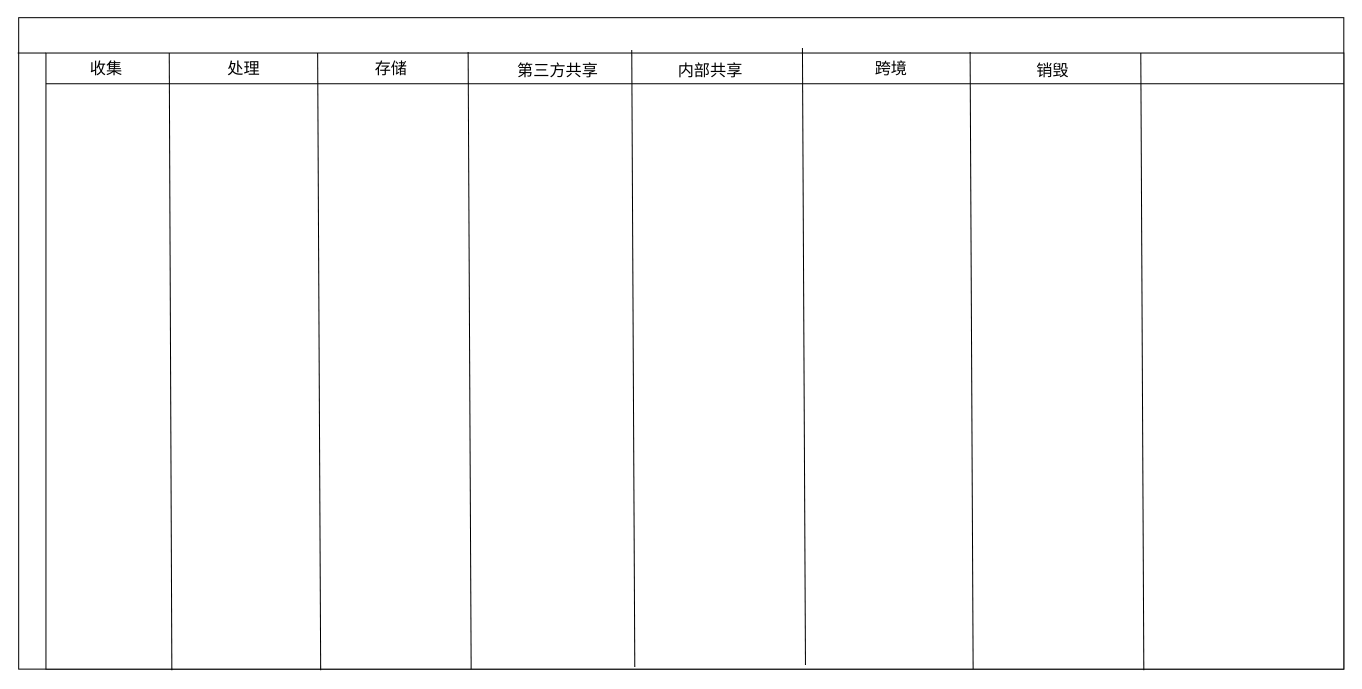
Above: openMind-PIA.drawio in pkking/mydrawio (draw.io), before the change. Source tidied: cells renumbered, new cells numbered last; positions are measured from the earlier drawing's top-left corner, leaving out a move shared by most shapes. Both pictures are drawn from the tidied source at 101%, with x=0, y=0 at pixel (17, 17).
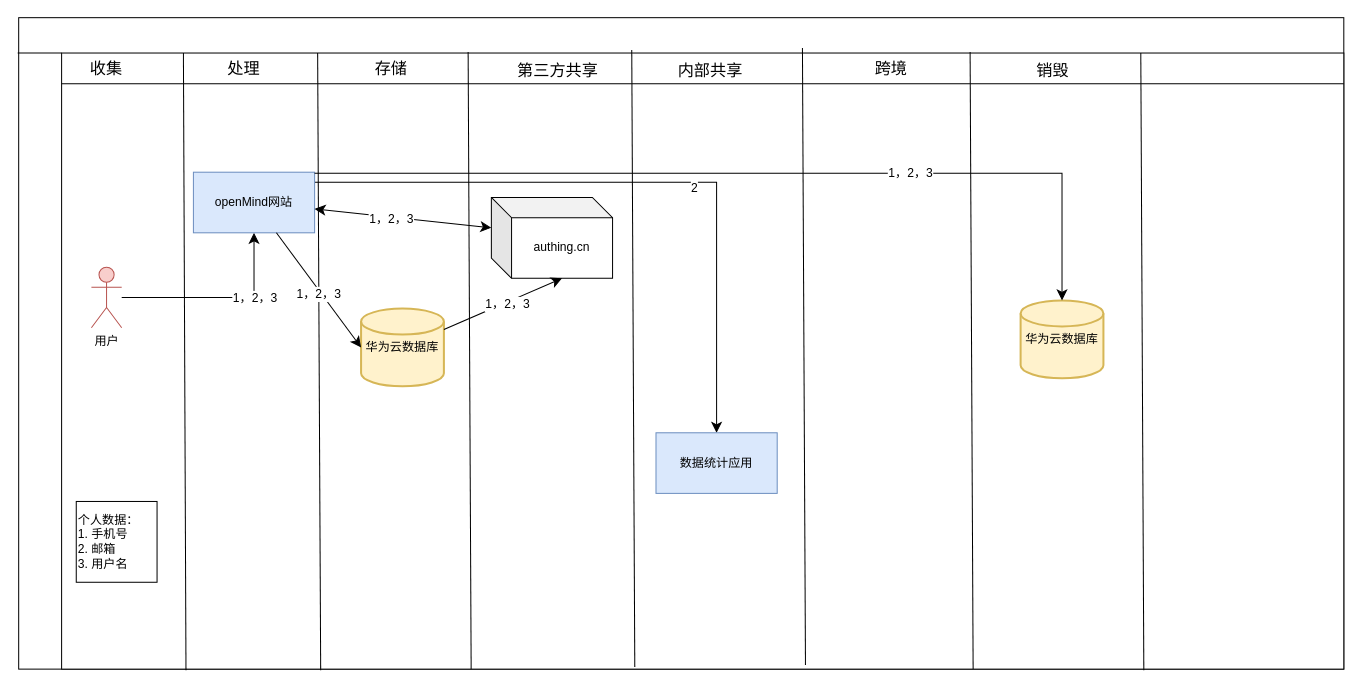
After the change.

Change to the diagram source:
```diff
@@
     <mxCell id="3" style="rounded=0;whiteSpace=wrap;html=1;hachureGap=4;fontFamily=Architects Daughter;shadow=0;" parent="1" vertex="1">
-      <mxGeometry x="28" y="35" width="1285" height="610" as="geometry" />
+      <mxGeometry x="43.5" y="35" width="1269.5" height="610" as="geometry" />
     </mxCell>
@@
+    <mxCell id="20" style="edgeStyle=orthogonalEdgeStyle;rounded=0;jettySize=auto;html=1;entryX=0.5;entryY=1;entryDx=0;entryDy=0;fontSize=12;startSize=8;endSize=8;" parent="1" edge="1" source="22" target="25">
+      <mxGeometry relative="1" as="geometry" />
+    </mxCell>
+    <mxCell id="21" value="1，2，3" style="edgeLabel;html=1;align=center;verticalAlign=middle;fontSize=12;" parent="20" vertex="1">
+      <mxGeometry x="0.1" y="7" relative="1" as="geometry">
+        <mxPoint x="24" y="7" as="offset" />
+      </mxGeometry>
+    </mxCell>
+    <mxCell id="22" value="用户" style="shape=umlActor;verticalLabelPosition=bottom;verticalAlign=top;html=1;outlineConnect=0;fillColor=#f8cecc;strokeColor=#b85450;" parent="1" vertex="1">
+      <mxGeometry x="73" y="247" width="30" height="60" as="geometry" />
+    </mxCell>
+    <mxCell id="23" style="edgeStyle=orthogonalEdgeStyle;rounded=0;jettySize=auto;html=1;entryX=0.5;entryY=0;entryDx=0;entryDy=0;fontSize=12;startSize=8;endSize=8;" parent="1" edge="1" source="25" target="35">
+      <mxGeometry relative="1" as="geometry">
+        <Array as="points">
+          <mxPoint x="692" y="163" />
+        </Array>
+      </mxGeometry>
+    </mxCell>
+    <mxCell id="24" value="2" style="edgeLabel;html=1;align=center;verticalAlign=middle;fontSize=12;" parent="23" vertex="1">
+      <mxGeometry x="0.16" y="-5" relative="1" as="geometry" />
+    </mxCell>
+    <mxCell id="25" value="openMind网站" style="rounded=0;whiteSpace=wrap;html=1;fillColor=#dae8fc;strokeColor=#6c8ebf;" parent="1" vertex="1">
+      <mxGeometry x="174" y="153" width="120" height="60" as="geometry" />
+    </mxCell>
+    <mxCell id="26" value="华为云数据库" style="strokeWidth=2;html=1;shape=mxgraph.flowchart.database;whiteSpace=wrap;fillColor=#fff2cc;strokeColor=#d6b656;" parent="1" vertex="1">
+      <mxGeometry x="340" y="288" width="82" height="77" as="geometry" />
+    </mxCell>
+    <mxCell id="27" value="authing.cn" style="shape=cube;whiteSpace=wrap;html=1;boundedLbl=1;backgroundOutline=1;darkOpacity=0.05;darkOpacity2=0.1;" parent="1" vertex="1">
+      <mxGeometry x="469" y="178" width="120" height="80" as="geometry" />
+    </mxCell>
+    <mxCell id="28" style="edgeStyle=none;curved=1;rounded=0;jettySize=auto;html=1;entryX=0;entryY=0;entryDx=0;entryDy=30;entryPerimeter=0;fontSize=12;startSize=8;endSize=8;startArrow=classic;startFill=1;" parent="1" edge="1" source="25" target="27">
+      <mxGeometry relative="1" as="geometry" />
+    </mxCell>
+    <mxCell id="29" style="edgeStyle=none;curved=1;rounded=0;jettySize=auto;html=1;entryX=0;entryY=0;entryDx=70;entryDy=80;entryPerimeter=0;fontSize=12;startSize=8;endSize=8;" parent="1" edge="1" source="26" target="27">
+      <mxGeometry relative="1" as="geometry" />
+    </mxCell>
+    <mxCell id="30" value="个人数据：&lt;div&gt;1. 手机号&lt;/div&gt;&lt;div&gt;2. 邮箱&lt;/div&gt;&lt;div&gt;3. 用户名&lt;/div&gt;" style="whiteSpace=wrap;html=1;align=left;" parent="1" vertex="1">
+      <mxGeometry x="58" y="479" width="80" height="80" as="geometry" />
+    </mxCell>
+    <mxCell id="31" value="1，2，3" style="edgeLabel;html=1;align=center;verticalAlign=middle;fontSize=12;" parent="1" vertex="1">
+      <mxGeometry x="234" y="277" as="geometry">
+        <mxPoint x="135" y="-78" as="offset" />
+      </mxGeometry>
+    </mxCell>
+    <mxCell id="32" value="1，2，3" style="edgeLabel;html=1;align=center;verticalAlign=middle;fontSize=12;" parent="1" vertex="1">
+      <mxGeometry x="349" y="361" as="geometry">
+        <mxPoint x="135" y="-78" as="offset" />
+      </mxGeometry>
+    </mxCell>
+    <mxCell id="33" style="edgeStyle=none;curved=1;rounded=0;jettySize=auto;html=1;entryX=0;entryY=0.5;entryDx=0;entryDy=0;entryPerimeter=0;fontSize=12;startSize=8;endSize=8;" parent="1" edge="1" source="25" target="26">
+      <mxGeometry relative="1" as="geometry" />
+    </mxCell>
+    <mxCell id="34" value="1，2，3" style="edgeLabel;html=1;align=center;verticalAlign=middle;fontSize=12;" parent="33" vertex="1">
+      <mxGeometry x="-0.22" y="-6" relative="1" as="geometry">
+        <mxPoint x="13" y="13" as="offset" />
+      </mxGeometry>
+    </mxCell>
+    <mxCell id="35" value="数据统计应用" style="rounded=0;whiteSpace=wrap;html=1;fillColor=#dae8fc;strokeColor=#6c8ebf;" parent="1" vertex="1">
+      <mxGeometry x="632" y="411" width="120" height="60" as="geometry" />
+    </mxCell>
+    <mxCell id="36" value="华为云数据库" style="strokeWidth=2;html=1;shape=mxgraph.flowchart.database;whiteSpace=wrap;fillColor=#fff2cc;strokeColor=#d6b656;" parent="1" vertex="1">
+      <mxGeometry x="993" y="280" width="82" height="77" as="geometry" />
+    </mxCell>
+    <mxCell id="37" style="edgeStyle=orthogonalEdgeStyle;rounded=0;jettySize=auto;html=1;entryX=0.5;entryY=0;entryDx=0;entryDy=0;entryPerimeter=0;fontSize=12;startSize=8;endSize=8;" parent="1" edge="1" source="25" target="36">
+      <mxGeometry relative="1" as="geometry">
+        <Array as="points">
+          <mxPoint x="1034" y="154" />
+        </Array>
+      </mxGeometry>
+    </mxCell>
+    <mxCell id="38" value="1，2，3" style="edgeLabel;html=1;align=center;verticalAlign=middle;fontSize=12;" parent="37" vertex="1">
+      <mxGeometry x="0.36" y="1" relative="1" as="geometry" />
+    </mxCell>
```
